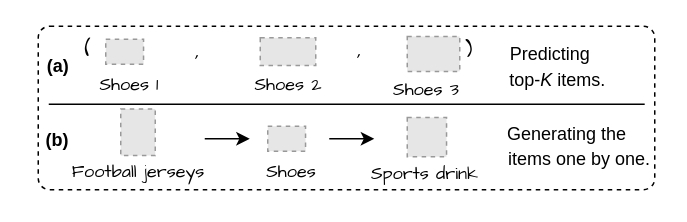
This is issue2.drawio from wenqisun/data, a draw.io file, before an edit. Source tidied: cells renumbered, new cells numbered last; positions are measured from the earlier drawing's top-left corner, leaving out a move shared by most shapes. Both pictures are drawn from the tidied source at 150%, with x=0, y=0 at pixel (26, 26). Pictures stored in the file or linked from it are replaced by grey dashed boxes.
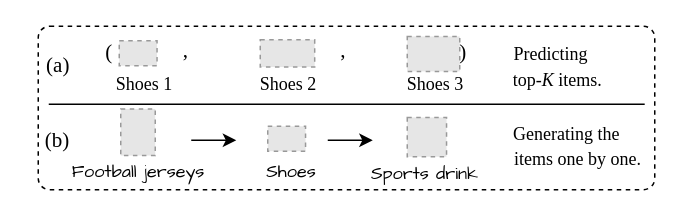
After the change.

What changed in the source:
```diff
@@
-    <mxCell id="8" style="endArrow=classic;html=1;rounded=0;fontSize=14;" parent="1" edge="1">
-      <mxGeometry relative="1" as="geometry">
-        <mxPoint x="202" y="75" as="sourcePoint" />
-        <mxPoint x="232" y="75" as="targetPoint" />
-      </mxGeometry>
-    </mxCell>
     <mxCell id="9" style="endArrow=classic;html=1;rounded=0;fontSize=14;" parent="1" edge="1">
       <mxGeometry relative="1" as="geometry">
-        <mxPoint x="119" y="75" as="sourcePoint" />
-        <mxPoint x="149" y="75" as="targetPoint" />
+        <mxPoint x="110" y="76" as="sourcePoint" />
+        <mxPoint x="140" y="76" as="targetPoint" />
       </mxGeometry>
     </mxCell>
-    <mxCell id="10" value="&lt;font style=&quot;font-size: 12px;&quot;&gt;Generating the&amp;nbsp; &amp;nbsp; &amp;nbsp; items one by one.&lt;/font&gt;" style="text;strokeColor=none;align=center;fillColor=none;html=1;verticalAlign=middle;whiteSpace=wrap;rounded=0;fontSize=14;" parent="1" vertex="1">
-      <mxGeometry x="314" y="66.7" width="110" height="24" as="geometry" />
+    <mxCell id="10" value="&lt;font face=&quot;Times New Roman&quot; style=&quot;font-size: 12px;&quot;&gt;Generating the&amp;nbsp; &amp;nbsp; &amp;nbsp; items one by one.&lt;/font&gt;" style="text;strokeColor=none;align=center;fillColor=none;html=1;verticalAlign=middle;whiteSpace=wrap;rounded=0;fontSize=14;" parent="1" vertex="1">
+      <mxGeometry x="313" y="66.7" width="110" height="24" as="geometry" />
     </mxCell>
-    <mxCell id="11" value="&lt;font style=&quot;font-size: 12px;&quot;&gt;Predicting&amp;nbsp; &amp;nbsp; top-&lt;i&gt;K&lt;/i&gt; items.&lt;/font&gt;" style="text;strokeColor=none;align=center;fillColor=none;html=1;verticalAlign=middle;whiteSpace=wrap;rounded=0;fontSize=14;" parent="1" vertex="1">
+    <mxCell id="11" value="&lt;font face=&quot;Times New Roman&quot; style=&quot;font-size: 12px;&quot;&gt;Predicting&amp;nbsp; &amp;nbsp; top-&lt;i&gt;K&lt;/i&gt; items.&lt;/font&gt;" style="text;strokeColor=none;align=center;fillColor=none;html=1;verticalAlign=middle;whiteSpace=wrap;rounded=0;fontSize=14;" parent="1" vertex="1">
       <mxGeometry x="317" y="16" width="74.6" height="20" as="geometry" />
     </mxCell>
-    <mxCell id="12" value="&lt;font face=&quot;Comic Sans MS&quot; style=&quot;font-size: 12px;&quot;&gt;Shoes 1&lt;/font&gt;" style="text;strokeColor=none;align=center;fillColor=none;html=1;verticalAlign=middle;whiteSpace=wrap;rounded=0;" parent="1" vertex="1">
-      <mxGeometry x="19" y="24" width="100.4" height="30" as="geometry" />
+    <mxCell id="12" value="&lt;font face=&quot;Times New Roman&quot; style=&quot;font-size: 12px;&quot;&gt;Shoes 1&lt;/font&gt;" style="text;strokeColor=none;align=center;fillColor=none;html=1;verticalAlign=middle;whiteSpace=wrap;rounded=0;" parent="1" vertex="1">
+      <mxGeometry x="29" y="24" width="100.4" height="30" as="geometry" />
     </mxCell>
-    <mxCell id="13" value="&lt;font face=&quot;Comic Sans MS&quot; style=&quot;font-size: 14px;&quot;&gt;,&lt;/font&gt;" style="text;strokeColor=none;align=center;fillColor=none;html=1;verticalAlign=middle;whiteSpace=wrap;rounded=0;" parent="1" vertex="1">
-      <mxGeometry x="101.1" y="1.6" width="27.4" height="30" as="geometry" />
+    <mxCell id="13" value="&lt;font face=&quot;Times New Roman&quot; style=&quot;font-size: 14px;&quot;&gt;,&lt;/font&gt;" style="text;strokeColor=none;align=center;fillColor=none;html=1;verticalAlign=middle;whiteSpace=wrap;rounded=0;" parent="1" vertex="1">
+      <mxGeometry x="93.1" y="1.6" width="27.4" height="30" as="geometry" />
     </mxCell>
-    <mxCell id="14" value="&lt;font face=&quot;Comic Sans MS&quot; style=&quot;font-size: 14px;&quot;&gt;,&lt;/font&gt;" style="text;strokeColor=none;align=center;fillColor=none;html=1;verticalAlign=middle;whiteSpace=wrap;rounded=0;" parent="1" vertex="1">
-      <mxGeometry x="209" y="1" width="27.4" height="30" as="geometry" />
-    </mxCell>
-    <mxCell id="15" value="&lt;font face=&quot;Comic Sans MS&quot; style=&quot;font-size: 12px;&quot;&gt;Shoes 2&lt;/font&gt;" style="text;strokeColor=none;align=center;fillColor=none;html=1;verticalAlign=middle;whiteSpace=wrap;rounded=0;" parent="1" vertex="1">
+    <mxCell id="15" value="&lt;font face=&quot;Times New Roman&quot; style=&quot;font-size: 12px;&quot;&gt;Shoes 2&lt;/font&gt;" style="text;strokeColor=none;align=center;fillColor=none;html=1;verticalAlign=middle;whiteSpace=wrap;rounded=0;" parent="1" vertex="1">
       <mxGeometry x="125.4" y="24" width="100.4" height="30" as="geometry" />
     </mxCell>
-    <mxCell id="16" value="&lt;font face=&quot;Comic Sans MS&quot; style=&quot;font-size: 12px;&quot;&gt;Shoes 3&lt;/font&gt;" style="text;strokeColor=none;align=center;fillColor=none;html=1;verticalAlign=middle;whiteSpace=wrap;rounded=0;" parent="1" vertex="1">
-      <mxGeometry x="216.9" y="27" width="100.4" height="30" as="geometry" />
+    <mxCell id="16" value="&lt;font face=&quot;Times New Roman&quot; style=&quot;font-size: 12px;&quot;&gt;Shoes 3&lt;/font&gt;" style="text;strokeColor=none;align=center;fillColor=none;html=1;verticalAlign=middle;whiteSpace=wrap;rounded=0;" parent="1" vertex="1">
+      <mxGeometry x="222.9" y="24" width="100.4" height="30" as="geometry" />
     </mxCell>
@@
     <mxCell id="18" style="fillColor=#E6E6E6;strokeColor=#999999;dashed=1;verticalLabelPosition=bottom;verticalAlign=top;fontSize=14;" parent="1" vertex="1">
-      <mxGeometry x="53" y="8.7" width="25.2" height="16.6" as="geometry" />
+      <mxGeometry x="62" y="9.7" width="25.2" height="16.6" as="geometry" />
     </mxCell>
@@
     <mxCell id="20" style="fillColor=#E6E6E6;strokeColor=#999999;dashed=1;verticalLabelPosition=bottom;verticalAlign=top;fontSize=12;" parent="1" vertex="1">
-      <mxGeometry x="156" y="7.7" width="37" height="18.5" as="geometry" />
+      <mxGeometry x="156" y="9" width="36.3" height="18.2" as="geometry" />
     </mxCell>
@@
-    <mxCell id="22" value="&lt;font face=&quot;Comic Sans MS&quot; style=&quot;font-size: 14px;&quot;&gt;(&lt;/font&gt;" style="text;strokeColor=none;align=center;fillColor=none;html=1;verticalAlign=middle;whiteSpace=wrap;rounded=0;" parent="1" vertex="1">
-      <mxGeometry x="28.1" y="0.6" width="27.4" height="30" as="geometry" />
+    <mxCell id="22" value="&lt;font face=&quot;Times New Roman&quot; style=&quot;font-size: 14px;&quot;&gt;(&lt;/font&gt;" style="text;strokeColor=none;align=center;fillColor=none;html=1;verticalAlign=middle;whiteSpace=wrap;rounded=0;" parent="1" vertex="1">
+      <mxGeometry x="42" y="3.4" width="27.4" height="30" as="geometry" />
     </mxCell>
-    <mxCell id="23" value="&lt;font face=&quot;Comic Sans MS&quot; style=&quot;font-size: 14px;&quot;&gt;)&lt;/font&gt;" style="text;strokeColor=none;align=center;fillColor=none;html=1;verticalAlign=middle;whiteSpace=wrap;rounded=0;" parent="1" vertex="1">
-      <mxGeometry x="282" y="2.4" width="27.4" height="30" as="geometry" />
-    </mxCell>
-    <mxCell id="24" value="&lt;span style=&quot;font-size: 12px;&quot;&gt;&lt;b&gt;(a)&lt;/b&gt;&lt;/span&gt;" style="text;strokeColor=none;align=center;fillColor=none;html=1;verticalAlign=middle;whiteSpace=wrap;rounded=0;fontSize=14;" parent="1" vertex="1">
+    <mxCell id="24" value="&lt;font style=&quot;font-size: 14px;&quot; face=&quot;Times New Roman&quot;&gt;(a)&lt;/font&gt;" style="text;strokeColor=none;align=center;fillColor=none;html=1;verticalAlign=middle;whiteSpace=wrap;rounded=0;fontSize=14;" parent="1" vertex="1">
       <mxGeometry x="3" y="16" width="37" height="20" as="geometry" />
     </mxCell>
-    <mxCell id="25" value="&lt;span style=&quot;font-size: 12px;&quot;&gt;&lt;b&gt;(b)&lt;/b&gt;&lt;/span&gt;" style="text;strokeColor=none;align=center;fillColor=none;html=1;verticalAlign=middle;whiteSpace=wrap;rounded=0;fontSize=14;" parent="1" vertex="1">
-      <mxGeometry y="65.2" width="42" height="20" as="geometry" />
+    <mxCell id="25" value="&lt;font face=&quot;Times New Roman&quot; style=&quot;font-size: 14px;&quot;&gt;(b)&lt;/font&gt;" style="text;strokeColor=none;align=center;fillColor=none;html=1;verticalAlign=middle;whiteSpace=wrap;rounded=0;fontSize=14;" parent="1" vertex="1">
+      <mxGeometry y="66.2" width="42" height="20" as="geometry" />
     </mxCell>
+    <mxCell id="23" value="&lt;font face=&quot;Times New Roman&quot; style=&quot;font-size: 14px;&quot;&gt;)&lt;/font&gt;" style="text;strokeColor=none;align=center;fillColor=none;html=1;verticalAlign=middle;whiteSpace=wrap;rounded=0;" parent="1" vertex="1">
+      <mxGeometry x="278.2" y="3.4" width="27.4" height="30" as="geometry" />
+    </mxCell>
+    <mxCell id="14" value="&lt;font face=&quot;Times New Roman&quot; style=&quot;font-size: 14px;&quot;&gt;,&lt;/font&gt;" style="text;strokeColor=none;align=center;fillColor=none;html=1;verticalAlign=middle;whiteSpace=wrap;rounded=0;" parent="1" vertex="1">
+      <mxGeometry x="198.1" y="1.6" width="27.4" height="30" as="geometry" />
+    </mxCell>
+    <mxCell id="26" style="endArrow=classic;html=1;rounded=0;fontSize=14;" parent="1" edge="1">
+      <mxGeometry relative="1" as="geometry">
+        <mxPoint x="201" y="76" as="sourcePoint" />
+        <mxPoint x="231" y="76" as="targetPoint" />
+      </mxGeometry>
+    </mxCell>
```
